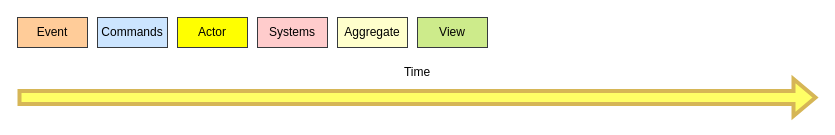
The draw.io diagram page "initial" (1 of 2) of event-storming.drawio in alvarolorentedev/diagrams, before the edit. Source tidied: cells renumbered, new cells numbered last; positions are measured from the earlier drawing's top-left corner, leaving out a move shared by most shapes. Both pictures are drawn from the tidied source at 100%, with x=0, y=0 at pixel (17, 17).
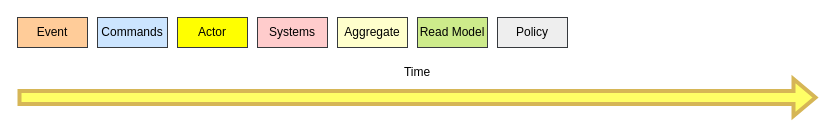
The same diagram, later.

What changed in the source:
```diff
@@
 <mxGraphModel>
   <root>
     <mxCell id="0" />
     <mxCell id="1" parent="0" />
     <mxCell id="2" style="shape=flexArrow;endArrow=classic;html=1;rounded=0;strokeWidth=4;fillColor=#FFFF66;strokeColor=#d6b656;" parent="1" edge="1">
       <mxGeometry relative="1" as="geometry">
         <mxPoint y="80" as="sourcePoint" />
         <mxPoint x="800" y="80" as="targetPoint" />
       </mxGeometry>
     </mxCell>
     <mxCell id="3" value="Time" style="text;html=1;strokeColor=none;fillColor=none;align=center;verticalAlign=middle;whiteSpace=wrap;rounded=0;" parent="1" vertex="1">
       <mxGeometry x="370" y="40" width="60" height="30" as="geometry" />
     </mxCell>
     <mxCell id="4" value="Event" style="rounded=0;whiteSpace=wrap;html=1;fillColor=#ffcc99;strokeColor=#36393d;" parent="1" vertex="1">
       <mxGeometry width="70" height="30" as="geometry" />
     </mxCell>
     <mxCell id="5" value="Commands" style="rounded=0;whiteSpace=wrap;html=1;fillColor=#cce5ff;strokeColor=#36393d;" parent="1" vertex="1">
       <mxGeometry x="80" width="70" height="30" as="geometry" />
     </mxCell>
     <mxCell id="6" value="Systems" style="rounded=0;whiteSpace=wrap;html=1;fillColor=#ffcccc;strokeColor=#36393d;" parent="1" vertex="1">
       <mxGeometry x="240" width="70" height="30" as="geometry" />
     </mxCell>
     <mxCell id="7" value="Actor" style="rounded=0;whiteSpace=wrap;html=1;fillColor=#FFFF00;strokeColor=#36393d;" parent="1" vertex="1">
       <mxGeometry x="160" width="70" height="30" as="geometry" />
     </mxCell>
     <mxCell id="8" value="Aggregate" style="rounded=0;whiteSpace=wrap;html=1;fillColor=#FFFFCC;strokeColor=#36393d;" parent="1" vertex="1">
       <mxGeometry x="320" width="70" height="30" as="geometry" />
     </mxCell>
-    <mxCell id="9" value="View" style="rounded=0;whiteSpace=wrap;html=1;fillColor=#cdeb8b;strokeColor=#36393d;" parent="1" vertex="1">
+    <mxCell id="9" value="Read Model" style="rounded=0;whiteSpace=wrap;html=1;fillColor=#cdeb8b;strokeColor=#36393d;" parent="1" vertex="1">
       <mxGeometry x="400" width="70" height="30" as="geometry" />
     </mxCell>
+    <mxCell id="10" value="Policy" style="rounded=0;whiteSpace=wrap;html=1;fillColor=#eeeeee;strokeColor=#36393d;" parent="1" vertex="1">
+      <mxGeometry x="480" width="70" height="30" as="geometry" />
+    </mxCell>
   </root>
 </mxGraphModel>
```
